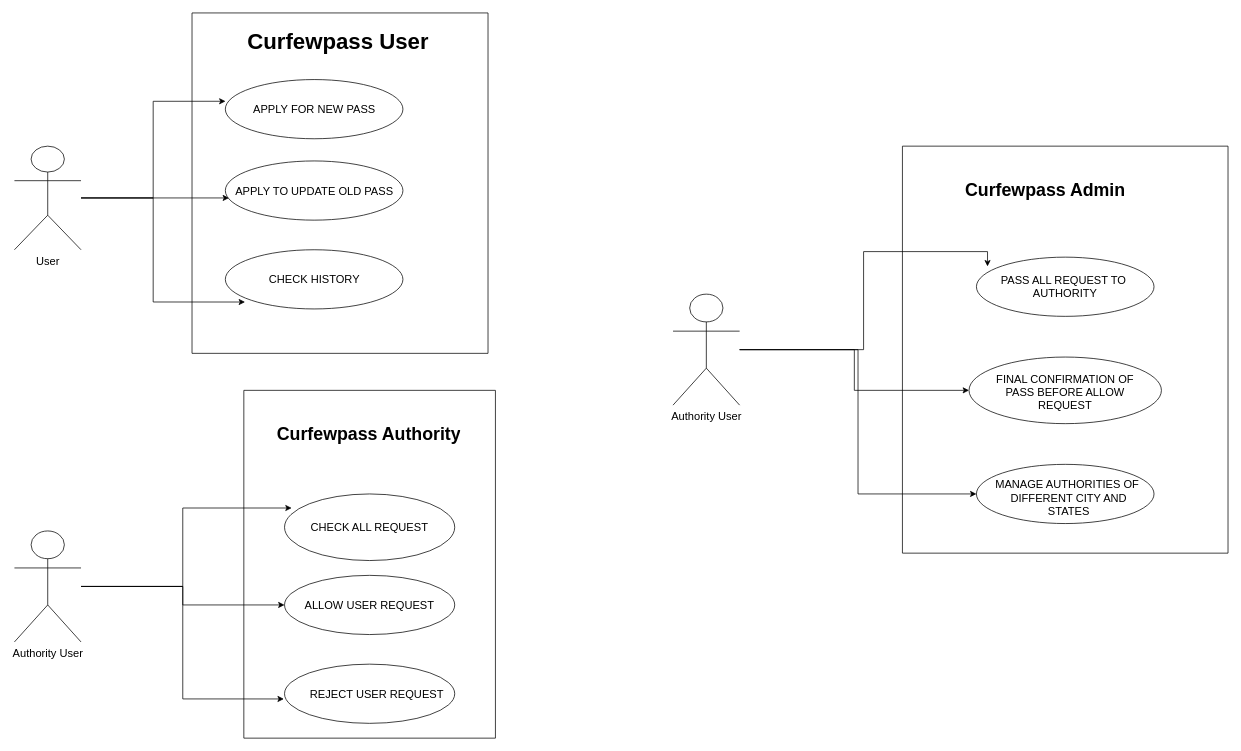
Earlier version of the draw.io diagram curfewpass-use-case-model.drawio (rahulvermafreelancer/curfewpass-django). Source tidied: cells renumbered, new cells numbered last; positions are measured from the earlier drawing's top-left corner, leaving out a move shared by most shapes. Both pictures are drawn from the tidied source at 74%, with x=0, y=0 at pixel (14, 13).
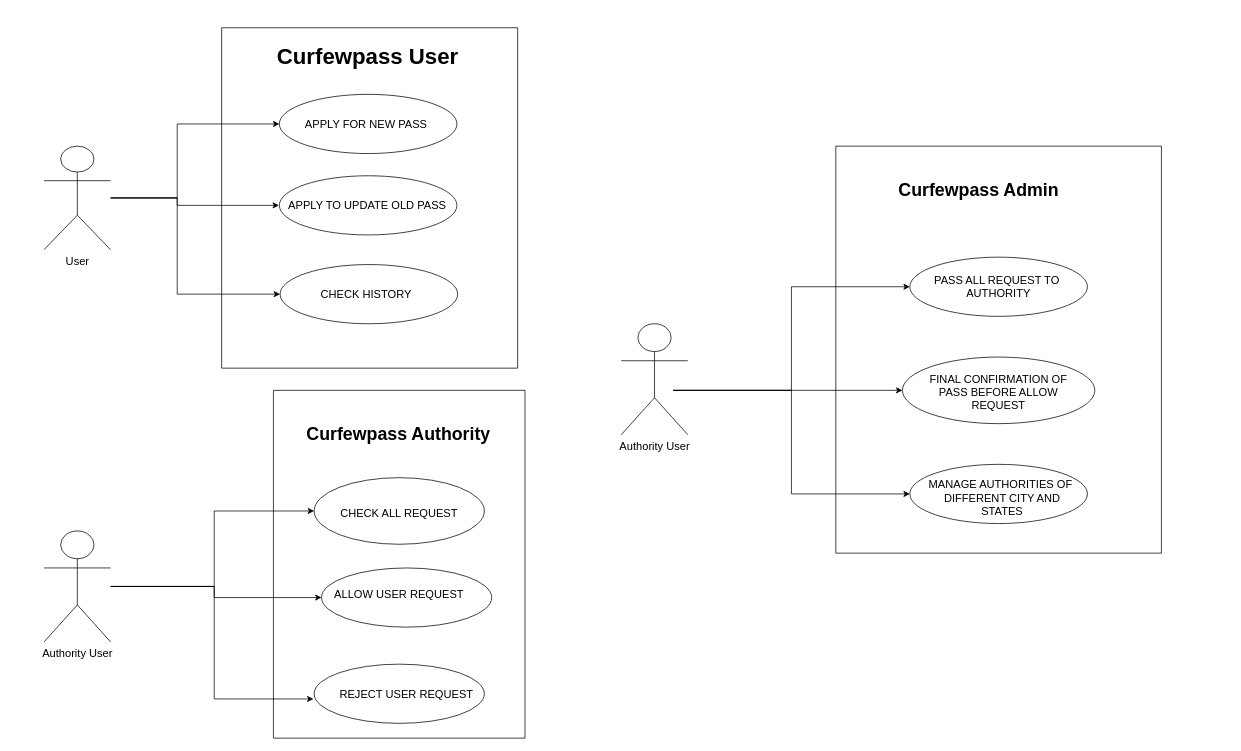
After the change.

Unchanged cells that the change refers to:
```xml
<mxCell id="20" style="ellipse;whiteSpace=wrap;html=1;fontSize=15;" parent="18" vertex="1">
  <mxGeometry x="55" y="370" width="230" height="80" as="geometry" />
</mxCell>
<mxCell id="31" style="ellipse;whiteSpace=wrap;html=1;fontSize=15;" parent="30" vertex="1">
  <mxGeometry x="100" y="150" width="240" height="80" as="geometry" />
</mxCell>
<mxCell id="32" style="ellipse;whiteSpace=wrap;html=1;fontSize=15;" parent="30" vertex="1">
  <mxGeometry x="90" y="285" width="260" height="90" as="geometry" />
</mxCell>
<mxCell id="33" style="ellipse;whiteSpace=wrap;html=1;fontSize=15;" parent="30" vertex="1">
  <mxGeometry x="100" y="430" width="240" height="80" as="geometry" />
</mxCell>
<mxCell id="35" value="PASS ALL REQUEST TO&amp;nbsp;&lt;br&gt;AUTHORITY" style="text;html=1;strokeColor=none;fillColor=none;align=center;verticalAlign=middle;whiteSpace=wrap;rounded=0;fontSize=15;" parent="30" vertex="1">
  <mxGeometry x="115" y="162.5" width="210" height="55" as="geometry" />
</mxCell>
```

Diff of the diagram source:
```diff
@@
-    <mxCell id="2" style="edgeStyle=orthogonalEdgeStyle;rounded=0;jettySize=auto;html=1;fontSize=15;entryX=0.001;entryY=0.367;entryDx=0;entryDy=0;entryPerimeter=0;" parent="1" edge="1" source="5" target="8">
-      <mxGeometry relative="1" as="geometry" />
+    <mxCell id="2" style="edgeStyle=orthogonalEdgeStyle;rounded=0;jettySize=auto;html=1;fontSize=15;entryX=0;entryY=0.5;entryDx=0;entryDy=0;" parent="1" edge="1" source="5" target="8">
+      <mxGeometry relative="1" as="geometry">
+        <Array as="points">
+          <mxPoint x="220" y="250" />
+          <mxPoint x="220" y="150" />
+        </Array>
+      </mxGeometry>
     </mxCell>
-    <mxCell id="3" style="edgeStyle=orthogonalEdgeStyle;rounded=0;jettySize=auto;html=1;entryX=0.066;entryY=0.833;entryDx=0;entryDy=0;entryPerimeter=0;fontSize=15;" parent="1" edge="1" source="5" target="12">
-      <mxGeometry relative="1" as="geometry" />
+    <mxCell id="3" style="edgeStyle=orthogonalEdgeStyle;rounded=0;jettySize=auto;html=1;fontSize=15;" parent="1" edge="1" source="5" target="12">
+      <mxGeometry relative="1" as="geometry">
+        <Array as="points">
+          <mxPoint x="220" y="250" />
+          <mxPoint x="220" y="260" />
+        </Array>
+      </mxGeometry>
     </mxCell>
-    <mxCell id="4" style="edgeStyle=orthogonalEdgeStyle;rounded=0;jettySize=auto;html=1;entryX=0.111;entryY=0.883;entryDx=0;entryDy=0;entryPerimeter=0;fontSize=15;" parent="1" edge="1" source="5" target="10">
-      <mxGeometry relative="1" as="geometry" />
+    <mxCell id="4" style="edgeStyle=orthogonalEdgeStyle;rounded=0;jettySize=auto;html=1;fontSize=15;entryX=0;entryY=0.5;entryDx=0;entryDy=0;" parent="1" edge="1" source="5" target="10">
+      <mxGeometry relative="1" as="geometry">
+        <Array as="points">
+          <mxPoint x="220" y="250" />
+          <mxPoint x="220" y="380" />
+        </Array>
+      </mxGeometry>
     </mxCell>
     <mxCell id="5" value="&lt;div style=&quot;text-align: justify&quot;&gt;&lt;span style=&quot;font-size: 15px&quot;&gt;User&lt;/span&gt;&lt;/div&gt;" style="shape=umlActor;verticalLabelPosition=bottom;verticalAlign=top;html=1;outlineConnect=0;" parent="1" vertex="1">
-      <mxGeometry y="180" width="90" height="140" as="geometry" />
+      <mxGeometry x="40" y="180" width="90" height="140" as="geometry" />
     </mxCell>
     <mxCell id="6" style="swimlane;startSize=0;fontSize=15;" parent="1" vertex="1">
-      <mxGeometry x="240" width="400" height="460" as="geometry" />
+      <mxGeometry x="280" y="20" width="400" height="460" as="geometry" />
     </mxCell>
@@
     <mxCell id="8" style="ellipse;whiteSpace=wrap;html=1;fontSize=15;" parent="6" vertex="1">
-      <mxGeometry x="45" y="90" width="240" height="80" as="geometry" />
+      <mxGeometry x="78" y="90" width="240" height="80" as="geometry" />
     </mxCell>
     <mxCell id="9" style="ellipse;whiteSpace=wrap;html=1;fontSize=15;" parent="6" vertex="1">
-      <mxGeometry x="45" y="200" width="240" height="80" as="geometry" />
+      <mxGeometry x="78" y="200" width="240" height="80" as="geometry" />
     </mxCell>
     <mxCell id="10" style="ellipse;whiteSpace=wrap;html=1;fontSize=15;" parent="6" vertex="1">
-      <mxGeometry x="45" y="320" width="240" height="80" as="geometry" />
+      <mxGeometry x="79" y="320" width="240" height="80" as="geometry" />
     </mxCell>
     <mxCell id="11" value="APPLY FOR NEW PASS" style="text;html=1;strokeColor=none;fillColor=none;align=center;verticalAlign=middle;whiteSpace=wrap;rounded=0;fontSize=15;" parent="6" vertex="1">
-      <mxGeometry x="77.5" y="115" width="175" height="30" as="geometry" />
+      <mxGeometry x="107.5" y="115" width="175" height="30" as="geometry" />
     </mxCell>
     <mxCell id="12" value="APPLY TO UPDATE OLD PASS" style="text;html=1;strokeColor=none;fillColor=none;align=center;verticalAlign=middle;whiteSpace=wrap;rounded=0;fontSize=15;" parent="6" vertex="1">
-      <mxGeometry x="32.5" y="225" width="265" height="30" as="geometry" />
+      <mxGeometry x="77.5" y="225" width="237.5" height="30" as="geometry" />
     </mxCell>
     <mxCell id="13" value="CHECK HISTORY" style="text;html=1;strokeColor=none;fillColor=none;align=center;verticalAlign=middle;whiteSpace=wrap;rounded=0;fontSize=15;" parent="6" vertex="1">
-      <mxGeometry x="92.5" y="345" width="145" height="30" as="geometry" />
+      <mxGeometry x="122.5" y="345" width="145" height="30" as="geometry" />
     </mxCell>
-    <mxCell id="14" style="edgeStyle=orthogonalEdgeStyle;rounded=0;jettySize=auto;html=1;fontSize=12;entryX=0.042;entryY=0.211;entryDx=0;entryDy=0;entryPerimeter=0;" parent="1" edge="1" source="17" target="19">
-      <mxGeometry relative="1" as="geometry" />
+    <mxCell id="14" style="edgeStyle=orthogonalEdgeStyle;rounded=0;jettySize=auto;html=1;fontSize=12;entryX=0;entryY=0.5;entryDx=0;entryDy=0;" parent="1" edge="1" source="17" target="19">
+      <mxGeometry relative="1" as="geometry">
+        <Array as="points">
+          <mxPoint x="270" y="775" />
+          <mxPoint x="270" y="673" />
+        </Array>
+      </mxGeometry>
     </mxCell>
     <mxCell id="15" style="edgeStyle=orthogonalEdgeStyle;rounded=0;jettySize=auto;html=1;fontSize=12;entryX=0;entryY=0.5;entryDx=0;entryDy=0;" parent="1" edge="1" source="17" target="21">
-      <mxGeometry relative="1" as="geometry" />
+      <mxGeometry relative="1" as="geometry">
+        <Array as="points">
+          <mxPoint x="270" y="775" />
+          <mxPoint x="270" y="790" />
+        </Array>
+      </mxGeometry>
     </mxCell>
     <mxCell id="16" style="edgeStyle=orthogonalEdgeStyle;rounded=0;jettySize=auto;html=1;entryX=-0.004;entryY=0.588;entryDx=0;entryDy=0;entryPerimeter=0;fontSize=12;" parent="1" edge="1" source="17" target="20">
-      <mxGeometry relative="1" as="geometry" />
+      <mxGeometry relative="1" as="geometry">
+        <Array as="points">
+          <mxPoint x="270" y="775" />
+          <mxPoint x="270" y="927" />
+        </Array>
+      </mxGeometry>
     </mxCell>
     <mxCell id="17" value="Authority User" style="shape=umlActor;verticalLabelPosition=bottom;verticalAlign=top;html=1;outlineConnect=0;fontSize=15;" parent="1" vertex="1">
-      <mxGeometry y="700" width="90" height="150" as="geometry" />
+      <mxGeometry x="40" y="700" width="90" height="150" as="geometry" />
     </mxCell>
     <mxCell id="18" style="swimlane;startSize=0;fontSize=15;" parent="1" vertex="1">
-      <mxGeometry x="310" y="510" width="340" height="470" as="geometry" />
+      <mxGeometry x="350" y="510" width="340" height="470" as="geometry" />
     </mxCell>
     <mxCell id="19" style="ellipse;whiteSpace=wrap;html=1;fontSize=15;" parent="18" vertex="1">
-      <mxGeometry x="55" y="140" width="230" height="90" as="geometry" />
+      <mxGeometry x="55" y="118" width="230" height="90" as="geometry" />
     </mxCell>
@@
     <mxCell id="21" style="ellipse;whiteSpace=wrap;html=1;fontSize=15;" parent="18" vertex="1">
-      <mxGeometry x="55" y="250" width="230" height="80" as="geometry" />
+      <mxGeometry x="65" y="240" width="230" height="80" as="geometry" />
     </mxCell>
@@
     <mxCell id="23" value="CHECK ALL REQUEST" style="text;html=1;strokeColor=none;fillColor=none;align=center;verticalAlign=middle;whiteSpace=wrap;rounded=0;fontSize=15;" parent="18" vertex="1">
-      <mxGeometry x="65" y="170" width="210" height="30" as="geometry" />
+      <mxGeometry x="65" y="150" width="210" height="30" as="geometry" />
     </mxCell>
     <mxCell id="24" value="ALLOW USER REQUEST" style="text;html=1;strokeColor=none;fillColor=none;align=center;verticalAlign=middle;whiteSpace=wrap;rounded=0;fontSize=15;" parent="18" vertex="1">
-      <mxGeometry x="65" y="275" width="210" height="30" as="geometry" />
+      <mxGeometry x="65" y="260" width="210" height="30" as="geometry" />
     </mxCell>
@@
-    <mxCell id="26" style="edgeStyle=orthogonalEdgeStyle;rounded=0;jettySize=auto;html=1;entryX=0;entryY=0;entryDx=0;entryDy=0;fontSize=12;" parent="1" edge="1" source="29" target="35">
-      <mxGeometry relative="1" as="geometry" />
+    <mxCell id="26" style="edgeStyle=orthogonalEdgeStyle;rounded=0;jettySize=auto;html=1;entryX=0;entryY=0.5;entryDx=0;entryDy=0;fontSize=12;" parent="1" edge="1" target="31">
+      <mxGeometry relative="1" as="geometry">
+        <mxPoint x="890" y="510" as="sourcePoint" />
+        <Array as="points">
+          <mxPoint x="1050" y="510" />
+          <mxPoint x="1050" y="370" />
+        </Array>
+      </mxGeometry>
     </mxCell>
-    <mxCell id="27" style="edgeStyle=orthogonalEdgeStyle;rounded=0;jettySize=auto;html=1;fontSize=12;entryX=0;entryY=0.5;entryDx=0;entryDy=0;" parent="1" edge="1" source="29" target="32">
-      <mxGeometry relative="1" as="geometry" />
+    <mxCell id="27" style="edgeStyle=orthogonalEdgeStyle;rounded=0;jettySize=auto;html=1;fontSize=12;entryX=0;entryY=0.5;entryDx=0;entryDy=0;" parent="1" edge="1" target="32">
+      <mxGeometry relative="1" as="geometry">
+        <mxPoint x="890" y="510" as="sourcePoint" />
+        <Array as="points">
+          <mxPoint x="1060" y="510" />
+          <mxPoint x="1060" y="510" />
+        </Array>
+      </mxGeometry>
     </mxCell>
-    <mxCell id="28" style="edgeStyle=orthogonalEdgeStyle;rounded=0;jettySize=auto;html=1;entryX=0;entryY=0.5;entryDx=0;entryDy=0;fontSize=12;" parent="1" edge="1" source="29" target="33">
-      <mxGeometry relative="1" as="geometry" />
+    <mxCell id="28" style="edgeStyle=orthogonalEdgeStyle;rounded=0;jettySize=auto;html=1;entryX=0;entryY=0.5;entryDx=0;entryDy=0;fontSize=12;" parent="1" edge="1" target="33">
+      <mxGeometry relative="1" as="geometry">
+        <mxPoint x="890" y="510" as="sourcePoint" />
+        <Array as="points">
+          <mxPoint x="1050" y="510" />
+          <mxPoint x="1050" y="650" />
+        </Array>
+      </mxGeometry>
     </mxCell>
     <mxCell id="29" value="Authority User" style="shape=umlActor;verticalLabelPosition=bottom;verticalAlign=top;html=1;outlineConnect=0;fontSize=15;" parent="1" vertex="1">
-      <mxGeometry x="890" y="380" width="90" height="150" as="geometry" />
+      <mxGeometry x="820" y="420" width="90" height="150" as="geometry" />
     </mxCell>
     <mxCell id="30" style="swimlane;startSize=0;fontSize=12;" parent="1" vertex="1">
-      <mxGeometry x="1200" y="180" width="440" height="550" as="geometry" />
+      <mxGeometry x="1110" y="180" width="440" height="550" as="geometry" />
     </mxCell>
@@
+    <mxCell id="38" style="edgeStyle=orthogonalEdgeStyle;rounded=0;jettySize=auto;html=1;exitX=0;exitY=0.5;exitDx=0;exitDy=0;" parent="1" edge="1" source="10">
+      <mxGeometry relative="1" as="geometry">
+        <mxPoint x="358.9" y="380" as="targetPoint" />
+      </mxGeometry>
+    </mxCell>
```
